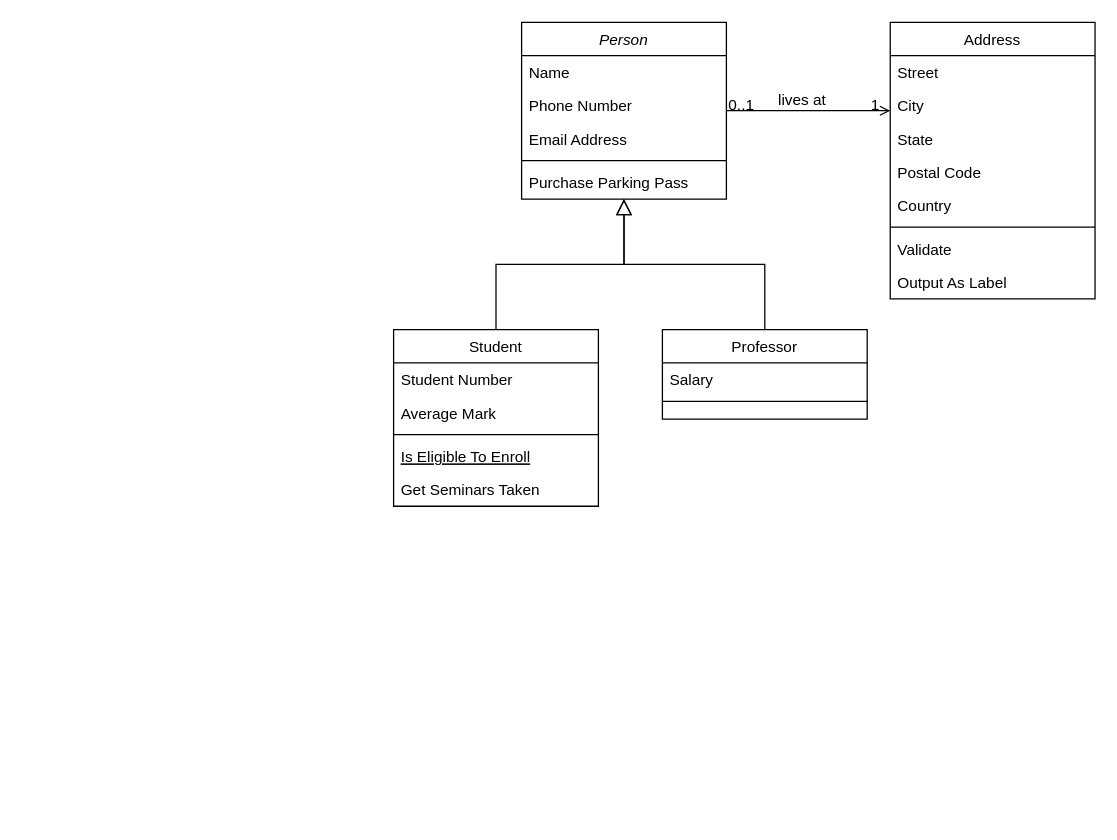
Before: ClassDiagram.drawio in BARIGOU-Imane/Gestion-des-Ordres-de-Mission, a draw.io diagram. Source tidied: cells renumbered, new cells numbered last; positions are measured from the earlier drawing's top-left corner, leaving out a move shared by most shapes. Both pictures are drawn from the tidied source at 128%, with x=0, y=0 at pixel (393, 22).
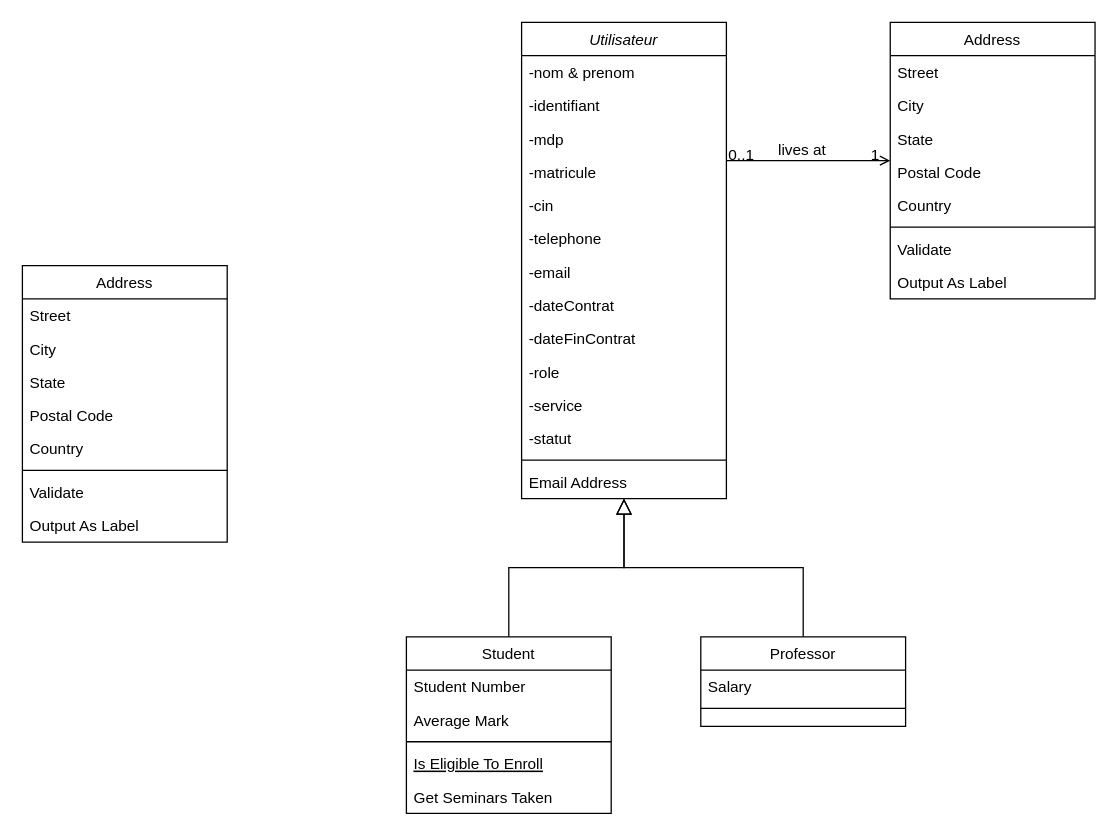
After the change.

What changed in the source:
```diff
@@
-    <mxCell id="2" value="Person" style="swimlane;fontStyle=2;align=center;verticalAlign=top;horizontal=1;startSize=26;rounded=0;shadow=0;strokeWidth=1;" parent="1" vertex="1">
-      <mxGeometry x="100" width="160" height="138" as="geometry" />
+    <mxCell id="2" value="Utilisateur" style="swimlane;fontStyle=2;align=center;verticalAlign=top;horizontal=1;startSize=26;rounded=0;shadow=0;strokeWidth=1;" parent="1" vertex="1">
+      <mxGeometry x="100" width="160" height="372" as="geometry" />
     </mxCell>
-    <mxCell id="3" value="Name" style="text;align=left;verticalAlign=top;spacingLeft=4;spacingRight=4;overflow=hidden;" parent="2" vertex="1">
+    <mxCell id="3" value="-nom &amp; prenom" style="text;align=left;verticalAlign=top;spacingLeft=4;spacingRight=4;overflow=hidden;" parent="2" vertex="1">
       <mxGeometry y="26" width="160" height="26" as="geometry" />
     </mxCell>
-    <mxCell id="4" value="Phone Number" style="text;align=left;verticalAlign=top;spacingLeft=4;spacingRight=4;overflow=hidden;rounded=0;shadow=0;html=0;" parent="2" vertex="1">
+    <mxCell id="4" value="-identifiant" style="text;align=left;verticalAlign=top;spacingLeft=4;spacingRight=4;overflow=hidden;rounded=0;shadow=0;html=0;" parent="2" vertex="1">
       <mxGeometry y="52" width="160" height="26" as="geometry" />
     </mxCell>
-    <mxCell id="5" value="Email Address" style="text;align=left;verticalAlign=top;spacingLeft=4;spacingRight=4;overflow=hidden;rounded=0;shadow=0;html=0;" parent="2" vertex="1">
+    <mxCell id="5" value="-mdp" style="text;align=left;verticalAlign=top;spacingLeft=4;spacingRight=4;overflow=hidden;rounded=0;shadow=0;html=0;" parent="2" vertex="1">
       <mxGeometry y="78" width="160" height="26" as="geometry" />
     </mxCell>
+    <mxCell id="32" value="-matricule    " style="text;align=left;verticalAlign=top;spacingLeft=4;spacingRight=4;overflow=hidden;" parent="2" vertex="1">
+      <mxGeometry y="104" width="160" height="26" as="geometry" />
+    </mxCell>
+    <mxCell id="7" value="-cin" style="text;align=left;verticalAlign=top;spacingLeft=4;spacingRight=4;overflow=hidden;" parent="2" vertex="1">
+      <mxGeometry y="130" width="160" height="26" as="geometry" />
+    </mxCell>
+    <mxCell id="33" value="-telephone" style="text;align=left;verticalAlign=top;spacingLeft=4;spacingRight=4;overflow=hidden;" parent="2" vertex="1">
+      <mxGeometry y="156" width="160" height="26" as="geometry" />
+    </mxCell>
+    <mxCell id="34" value="-email" style="text;align=left;verticalAlign=top;spacingLeft=4;spacingRight=4;overflow=hidden;" parent="2" vertex="1">
+      <mxGeometry y="182" width="160" height="26" as="geometry" />
+    </mxCell>
+    <mxCell id="35" value="-dateContrat" style="text;align=left;verticalAlign=top;spacingLeft=4;spacingRight=4;overflow=hidden;" parent="2" vertex="1">
+      <mxGeometry y="208" width="160" height="26" as="geometry" />
+    </mxCell>
+    <mxCell id="36" value="-dateFinContrat" style="text;align=left;verticalAlign=top;spacingLeft=4;spacingRight=4;overflow=hidden;" parent="2" vertex="1">
+      <mxGeometry y="234" width="160" height="26" as="geometry" />
+    </mxCell>
+    <mxCell id="37" value="-role" style="text;align=left;verticalAlign=top;spacingLeft=4;spacingRight=4;overflow=hidden;" parent="2" vertex="1">
+      <mxGeometry y="260" width="160" height="26" as="geometry" />
+    </mxCell>
+    <mxCell id="38" value="-service" style="text;align=left;verticalAlign=top;spacingLeft=4;spacingRight=4;overflow=hidden;" parent="2" vertex="1">
+      <mxGeometry y="286" width="160" height="26" as="geometry" />
+    </mxCell>
+    <mxCell id="39" value="-statut" style="text;align=left;verticalAlign=top;spacingLeft=4;spacingRight=4;overflow=hidden;" parent="2" vertex="1">
+      <mxGeometry y="312" width="160" height="26" as="geometry" />
+    </mxCell>
     <mxCell id="6" style="line;html=1;strokeWidth=1;align=left;verticalAlign=middle;spacingTop=-1;spacingLeft=3;spacingRight=3;labelPosition=right;" parent="2" vertex="1">
-      <mxGeometry y="104" width="160" height="8" as="geometry" />
+      <mxGeometry y="338" width="160" height="8" as="geometry" />
     </mxCell>
-    <mxCell id="7" value="Purchase Parking Pass" style="text;align=left;verticalAlign=top;spacingLeft=4;spacingRight=4;overflow=hidden;" parent="2" vertex="1">
-      <mxGeometry y="112" width="160" height="26" as="geometry" />
-    </mxCell>
+    <mxCell id="40" value="Email Address&#10;" style="text;align=left;verticalAlign=top;spacingLeft=4;spacingRight=4;overflow=hidden;rounded=0;shadow=0;html=0;" parent="2" vertex="1">
+      <mxGeometry y="346" width="160" height="26" as="geometry" />
+    </mxCell>
     <mxCell id="8" value="Student" style="swimlane;fontStyle=0;align=center;verticalAlign=top;horizontal=1;startSize=26;rounded=0;shadow=0;strokeWidth=1;" parent="1" vertex="1">
-      <mxGeometry y="240" width="160" height="138" as="geometry" />
+      <mxGeometry x="10" y="480" width="160" height="138" as="geometry" />
     </mxCell>
@@
     <mxCell id="15" value="Professor" style="swimlane;fontStyle=0;align=center;verticalAlign=top;horizontal=1;startSize=26;rounded=0;shadow=0;strokeWidth=1;" parent="1" vertex="1">
-      <mxGeometry x="210" y="240" width="160" height="70" as="geometry" />
+      <mxGeometry x="240" y="480" width="160" height="70" as="geometry" />
     </mxCell>
@@
+    <mxCell id="41" value="Address" style="swimlane;fontStyle=0;align=center;verticalAlign=top;horizontal=1;startSize=26;rounded=0;shadow=0;strokeWidth=1;" parent="1" vertex="1">
+      <mxGeometry x="-290" y="190" width="160" height="216" as="geometry" />
+    </mxCell>
+    <mxCell id="42" value="Street" style="text;align=left;verticalAlign=top;spacingLeft=4;spacingRight=4;overflow=hidden;" parent="41" vertex="1">
+      <mxGeometry y="26" width="160" height="26" as="geometry" />
+    </mxCell>
+    <mxCell id="43" value="City" style="text;align=left;verticalAlign=top;spacingLeft=4;spacingRight=4;overflow=hidden;rounded=0;shadow=0;html=0;" parent="41" vertex="1">
+      <mxGeometry y="52" width="160" height="26" as="geometry" />
+    </mxCell>
+    <mxCell id="44" value="State" style="text;align=left;verticalAlign=top;spacingLeft=4;spacingRight=4;overflow=hidden;rounded=0;shadow=0;html=0;" parent="41" vertex="1">
+      <mxGeometry y="78" width="160" height="26" as="geometry" />
+    </mxCell>
+    <mxCell id="45" value="Postal Code" style="text;align=left;verticalAlign=top;spacingLeft=4;spacingRight=4;overflow=hidden;rounded=0;shadow=0;html=0;" parent="41" vertex="1">
+      <mxGeometry y="104" width="160" height="26" as="geometry" />
+    </mxCell>
+    <mxCell id="46" value="Country" style="text;align=left;verticalAlign=top;spacingLeft=4;spacingRight=4;overflow=hidden;rounded=0;shadow=0;html=0;" parent="41" vertex="1">
+      <mxGeometry y="130" width="160" height="26" as="geometry" />
+    </mxCell>
+    <mxCell id="47" style="line;html=1;strokeWidth=1;align=left;verticalAlign=middle;spacingTop=-1;spacingLeft=3;spacingRight=3;labelPosition=right;" parent="41" vertex="1">
+      <mxGeometry y="156" width="160" height="8" as="geometry" />
+    </mxCell>
+    <mxCell id="48" value="Validate" style="text;align=left;verticalAlign=top;spacingLeft=4;spacingRight=4;overflow=hidden;" parent="41" vertex="1">
+      <mxGeometry y="164" width="160" height="26" as="geometry" />
+    </mxCell>
+    <mxCell id="49" value="Output As Label" style="text;align=left;verticalAlign=top;spacingLeft=4;spacingRight=4;overflow=hidden;" parent="41" vertex="1">
+      <mxGeometry y="190" width="160" height="26" as="geometry" />
+    </mxCell>
```
